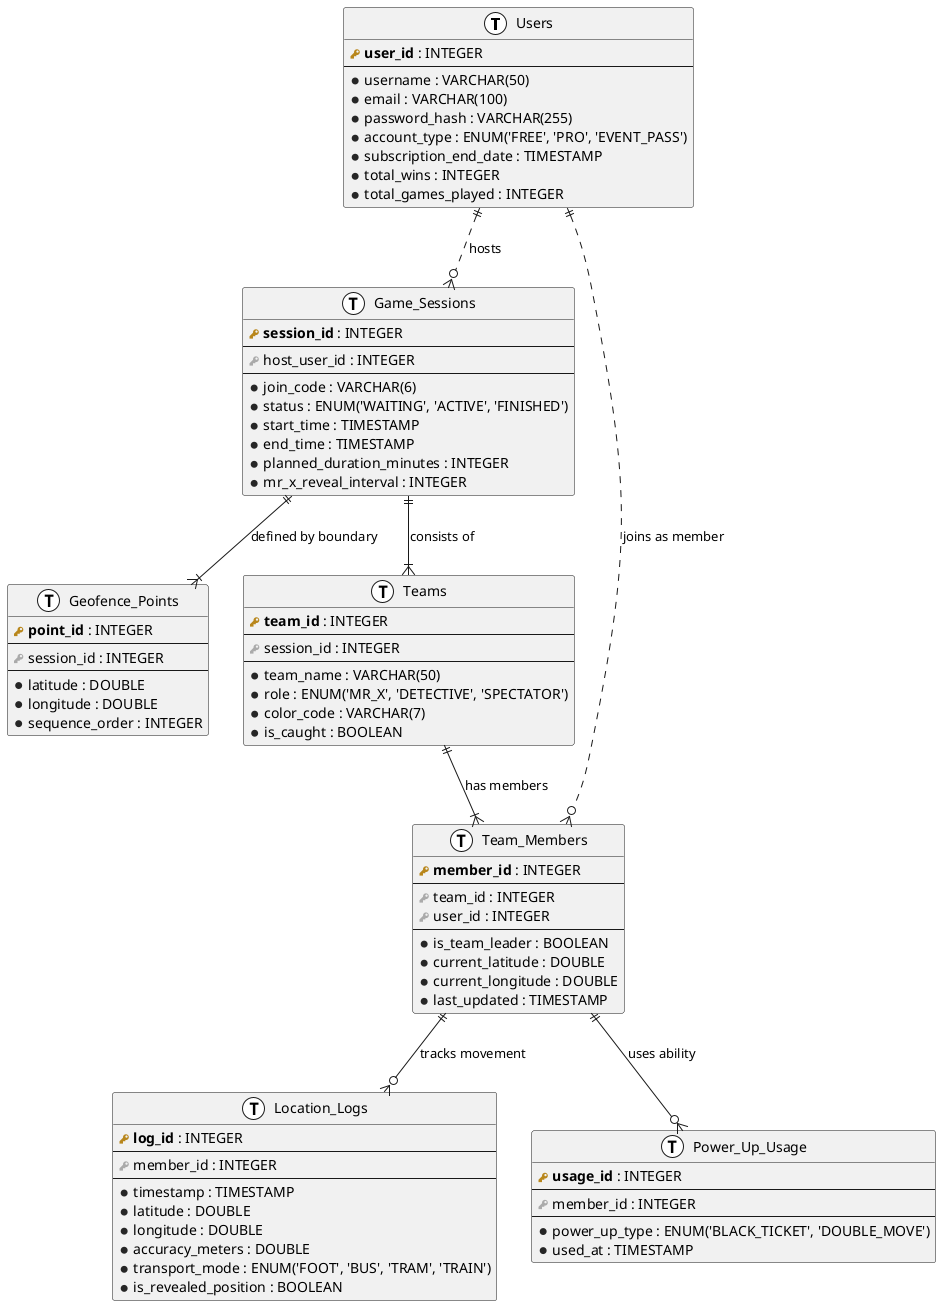
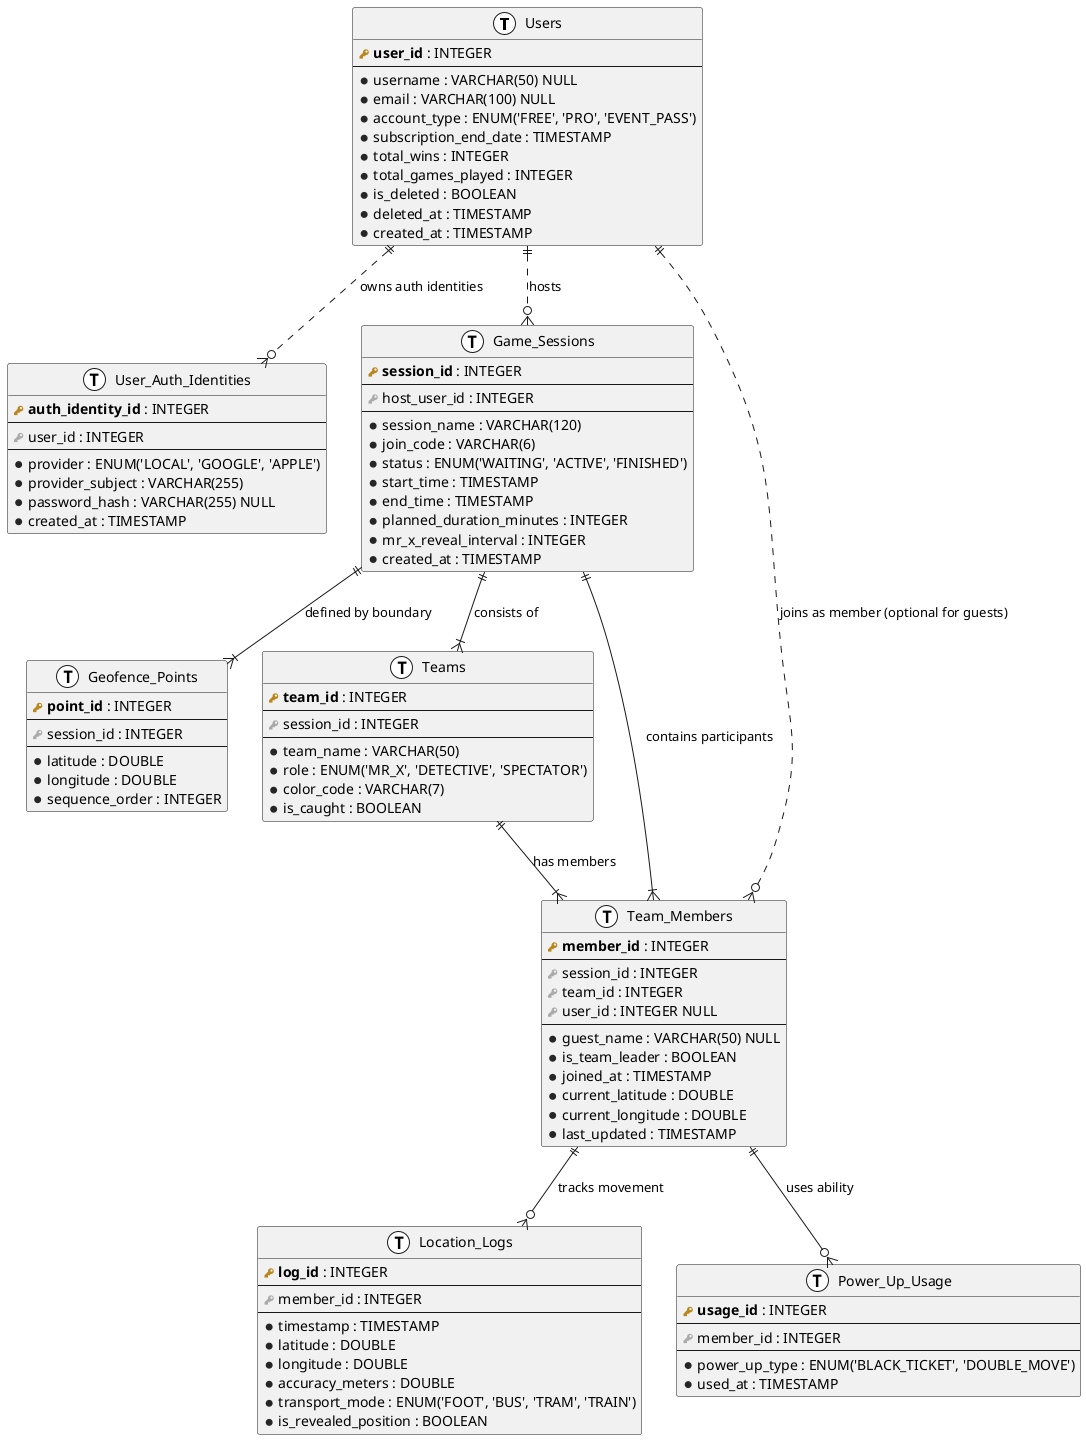
- @startuml x-act-erd
+ ﻿@startuml x-act-erd

!define primary_key(x) <b><color:#b8861b><&key></color> x</b>
!define foreign_key(x) <color:#aaaaaa><&key></color> x
!define column(x) <color:#262626><&media-record></color> x
!define table(x) entity x << (T, white) >>

table(Users) {
    primary_key(user_id) : INTEGER
    --
-     column(username) : VARCHAR(50)
-     column(email) : VARCHAR(100)
-     column(password_hash) : VARCHAR(255)
+     column(username) : VARCHAR(50) NULL
+     column(email) : VARCHAR(100) NULL
    column(account_type) : ENUM('FREE', 'PRO', 'EVENT_PASS')
    column(subscription_end_date) : TIMESTAMP
    column(total_wins) : INTEGER
    column(total_games_played) : INTEGER
+     column(is_deleted) : BOOLEAN
+     column(deleted_at) : TIMESTAMP
+     column(created_at) : TIMESTAMP
+ }
+ 
+ table(User_Auth_Identities) {
+     primary_key(auth_identity_id) : INTEGER
+     --
+     foreign_key(user_id) : INTEGER
+     --
+     column(provider) : ENUM('LOCAL', 'GOOGLE', 'APPLE')
+     column(provider_subject) : VARCHAR(255)
+     column(password_hash) : VARCHAR(255) NULL
+     column(created_at) : TIMESTAMP
}

table(Game_Sessions) {
    primary_key(session_id) : INTEGER
    --
    foreign_key(host_user_id) : INTEGER
    --
+     column(session_name) : VARCHAR(120)
    column(join_code) : VARCHAR(6)
    column(status) : ENUM('WAITING', 'ACTIVE', 'FINISHED')
    column(start_time) : TIMESTAMP
    column(end_time) : TIMESTAMP
    column(planned_duration_minutes) : INTEGER
    column(mr_x_reveal_interval) : INTEGER
+     column(created_at) : TIMESTAMP
}

table(Geofence_Points) {
    primary_key(point_id) : INTEGER
    --
    foreign_key(session_id) : INTEGER
    --
    column(latitude) : DOUBLE
    column(longitude) : DOUBLE
    column(sequence_order) : INTEGER
}

table(Teams) {
    primary_key(team_id) : INTEGER
    --
    foreign_key(session_id) : INTEGER
    --
    column(team_name) : VARCHAR(50)
    column(role) : ENUM('MR_X', 'DETECTIVE', 'SPECTATOR')
    column(color_code) : VARCHAR(7)
    column(is_caught) : BOOLEAN
}

table(Team_Members) {
    primary_key(member_id) : INTEGER
    --
+     foreign_key(session_id) : INTEGER
    foreign_key(team_id) : INTEGER
-     foreign_key(user_id) : INTEGER
+     foreign_key(user_id) : INTEGER NULL
    --
+     column(guest_name) : VARCHAR(50) NULL
    column(is_team_leader) : BOOLEAN
+     column(joined_at) : TIMESTAMP
    column(current_latitude) : DOUBLE
    column(current_longitude) : DOUBLE
    column(last_updated) : TIMESTAMP
}

table(Location_Logs) {
    primary_key(log_id) : INTEGER
    --
    foreign_key(member_id) : INTEGER
    --
    column(timestamp) : TIMESTAMP
    column(latitude) : DOUBLE
    column(longitude) : DOUBLE
    column(accuracy_meters) : DOUBLE
    column(transport_mode) : ENUM('FOOT', 'BUS', 'TRAM', 'TRAIN')
    column(is_revealed_position) : BOOLEAN
}

table(Power_Up_Usage) {
    primary_key(usage_id) : INTEGER
    --
    foreign_key(member_id) : INTEGER
    --
    column(power_up_type) : ENUM('BLACK_TICKET', 'DOUBLE_MOVE')
    column(used_at) : TIMESTAMP
}

- Users ||..o{ Team_Members : "joins as member"
+ Users ||..o{ User_Auth_Identities : "owns auth identities"
+ Users ||..o{ Team_Members : "joins as member (optional for guests)"
Users ||..o{ Game_Sessions : "hosts"

Game_Sessions ||--|{ Teams : "consists of"
Game_Sessions ||--|{ Geofence_Points : "defined by boundary"
+ Game_Sessions ||--|{ Team_Members : "contains participants"

Teams ||--|{ Team_Members : "has members"

Team_Members ||--o{ Location_Logs : "tracks movement"
Team_Members ||--o{ Power_Up_Usage : "uses ability"

@enduml
